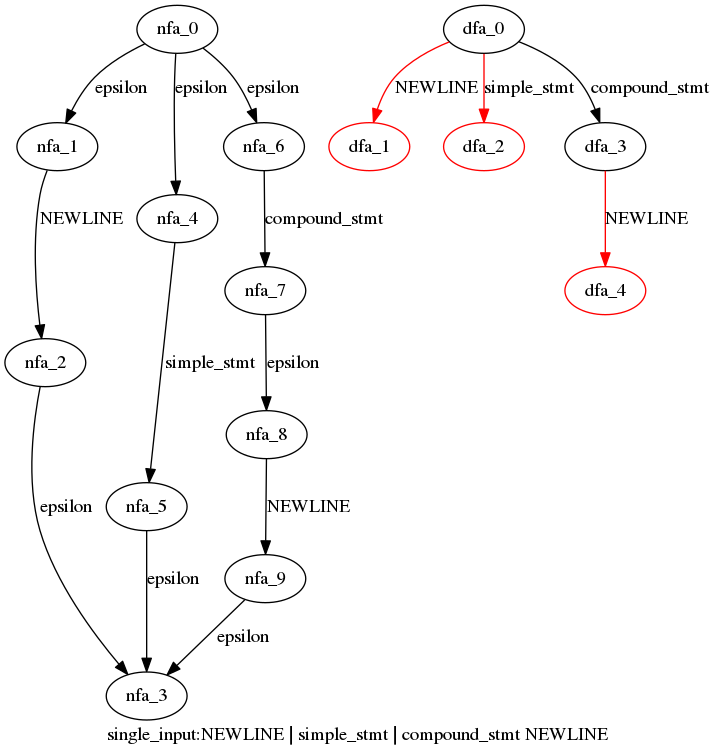
Above: cpython/grammar/handwrite/nfa_dfas/0.single_input.dot.png in WinChua/blog (Graphviz), before the change. Its source is kept beside it as cpython/grammar/handwrite/nfa_dfas/0.single_input.dot.
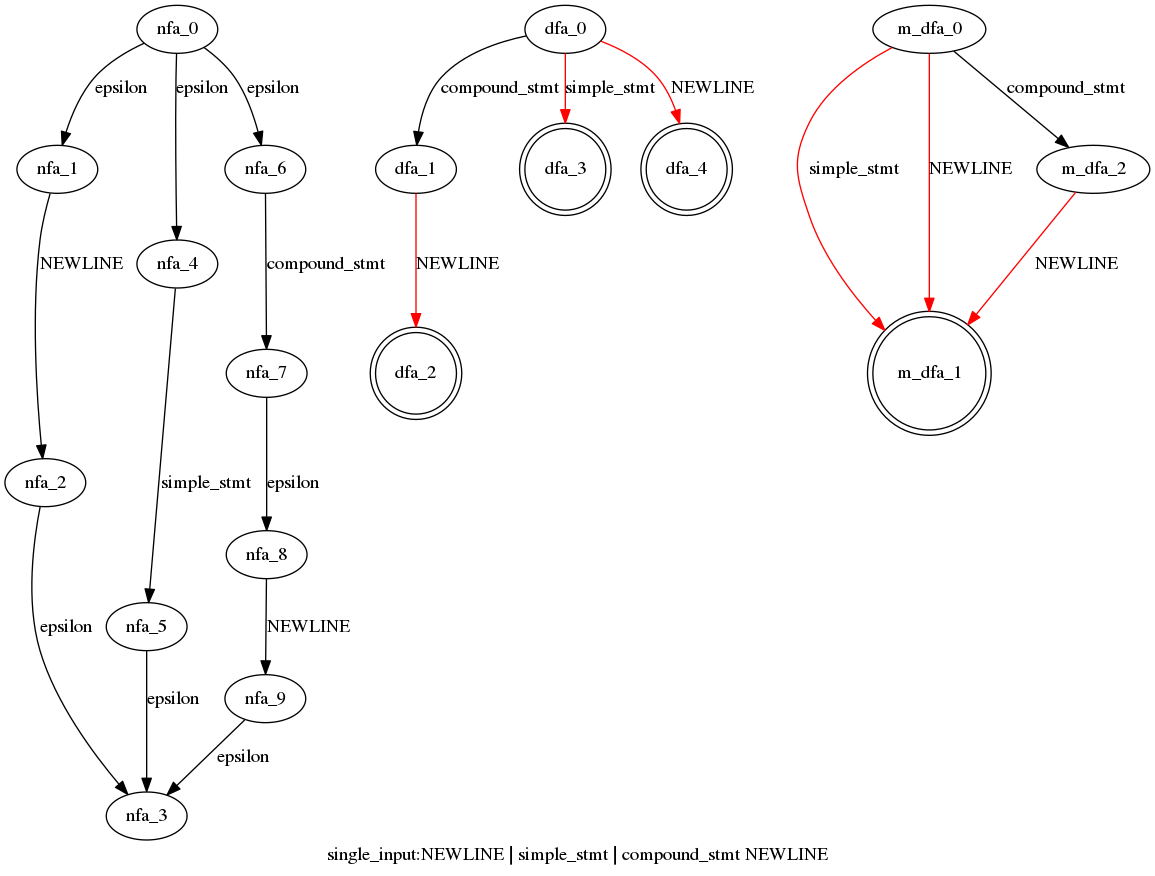
After the change.

Diff of the diagram source:
```diff
@@ -14,12 +14,19 @@
   nfa_9->nfa_3[label="epsilon"]
   }
  subgraph single_input_dfa {
-  dfa_0->dfa_1[label="NEWLINE",color=red]
-  dfa_0->dfa_2[label="simple_stmt",color=red]
-  dfa_0->dfa_3[label="compound_stmt"]
-  dfa_3->dfa_4[label="NEWLINE",color=red]
-  dfa_1[color=red]
-  dfa_2[color=red]
-  dfa_4[color=red]
+  dfa_0->dfa_1[label="compound_stmt"]
+  dfa_1->dfa_2[label="NEWLINE",color=red]
+  dfa_0->dfa_3[label="simple_stmt",color=red]
+  dfa_0->dfa_4[label="NEWLINE",color=red]
+  dfa_2[shape=doublecircle]
+  dfa_3[shape=doublecircle]
+  dfa_4[shape=doublecircle]
+  }
+ subgraph single_input_m_dfa {
+  m_dfa_0->m_dfa_1[label="simple_stmt",color=red]
+  m_dfa_0->m_dfa_1[label="NEWLINE",color=red]
+  m_dfa_0->m_dfa_2[label="compound_stmt"]
+  m_dfa_2->m_dfa_1[label="NEWLINE",color=red]
+  m_dfa_1[shape=doublecircle]
   }
 }
```
